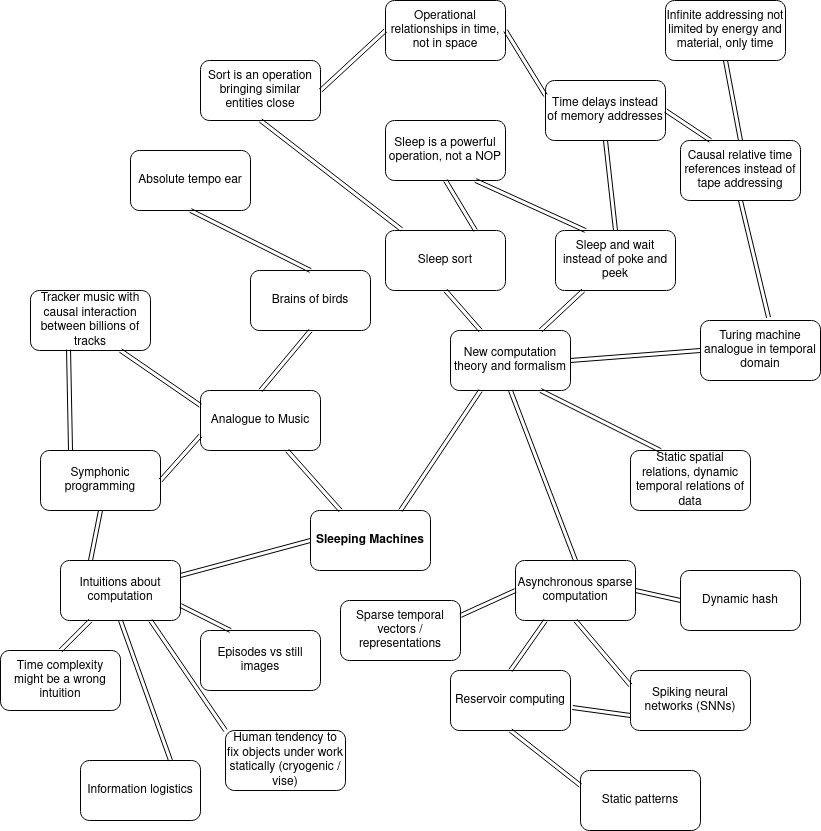
Before: sleeping_machines.png, a diagram exported from draw.io (keskival/sleeping_machines). Source tidied: cells renumbered, new cells last; positions are measured from the earlier drawing's top-left corner, leaving out a move shared by most shapes.
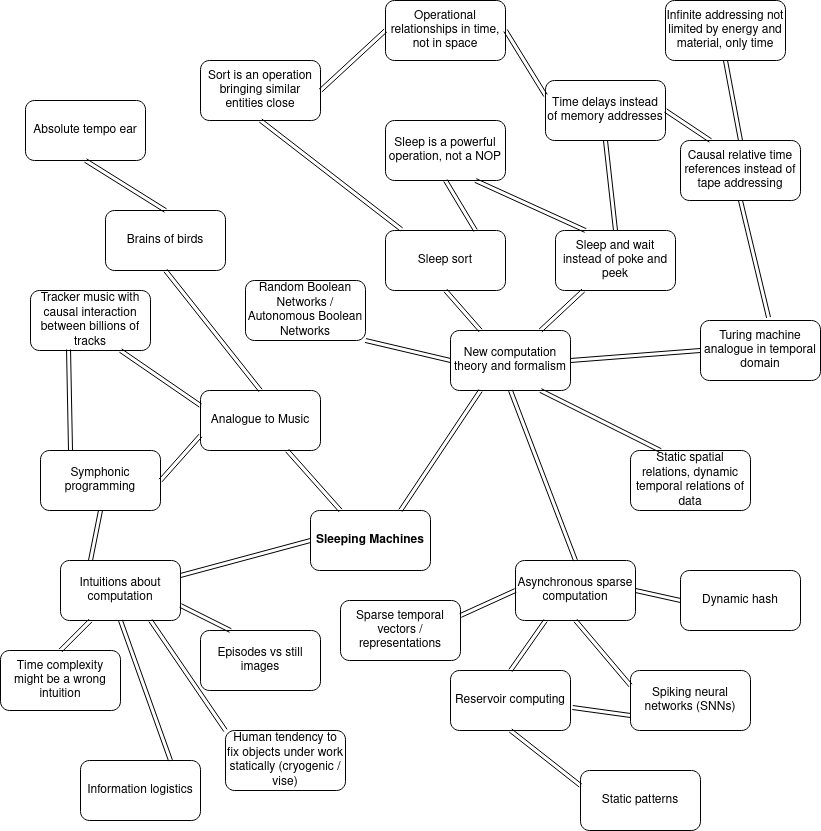
The same file after the commit.

What changed in the source:
```diff
@@ -9,10 +9,10 @@
       <mxGeometry x="200" y="390" width="120" height="60" as="geometry" />
     </mxCell>
     <mxCell id="4" value="Brains of birds" style="rounded=1;whiteSpace=wrap;html=1;" parent="1" vertex="1">
-      <mxGeometry x="250" y="270" width="120" height="60" as="geometry" />
+      <mxGeometry x="105" y="210" width="120" height="60" as="geometry" />
     </mxCell>
     <mxCell id="5" value="Absolute tempo ear" style="rounded=1;whiteSpace=wrap;html=1;" parent="1" vertex="1">
-      <mxGeometry x="130" y="150" width="120" height="60" as="geometry" />
+      <mxGeometry x="25" y="100" width="120" height="60" as="geometry" />
     </mxCell>
     <mxCell id="6" value="Tracker music with causal interaction between billions of tracks" style="rounded=1;whiteSpace=wrap;html=1;" parent="1" vertex="1">
       <mxGeometry x="30" y="290" width="120" height="60" as="geometry" />
@@ -185,5 +185,11 @@
     <mxCell id="62" style="shape=link;html=1;entryX=0.75;entryY=0;entryDx=0;entryDy=0;exitX=0.5;exitY=1;exitDx=0;exitDy=0;" parent="1" edge="1" source="36" target="61">
       <mxGeometry relative="1" as="geometry" />
     </mxCell>
+    <mxCell id="63" value="Random Boolean Networks / Autonomous Boolean Networks" style="rounded=1;whiteSpace=wrap;html=1;" parent="1" vertex="1">
+      <mxGeometry x="245" y="280" width="120" height="60" as="geometry" />
+    </mxCell>
+    <mxCell id="64" style="shape=link;html=1;entryX=0;entryY=0.5;entryDx=0;entryDy=0;exitX=1;exitY=1;exitDx=0;exitDy=0;" parent="1" edge="1" source="63" target="7">
+      <mxGeometry relative="1" as="geometry" />
+    </mxCell>
   </root>
 </mxGraphModel>
```
